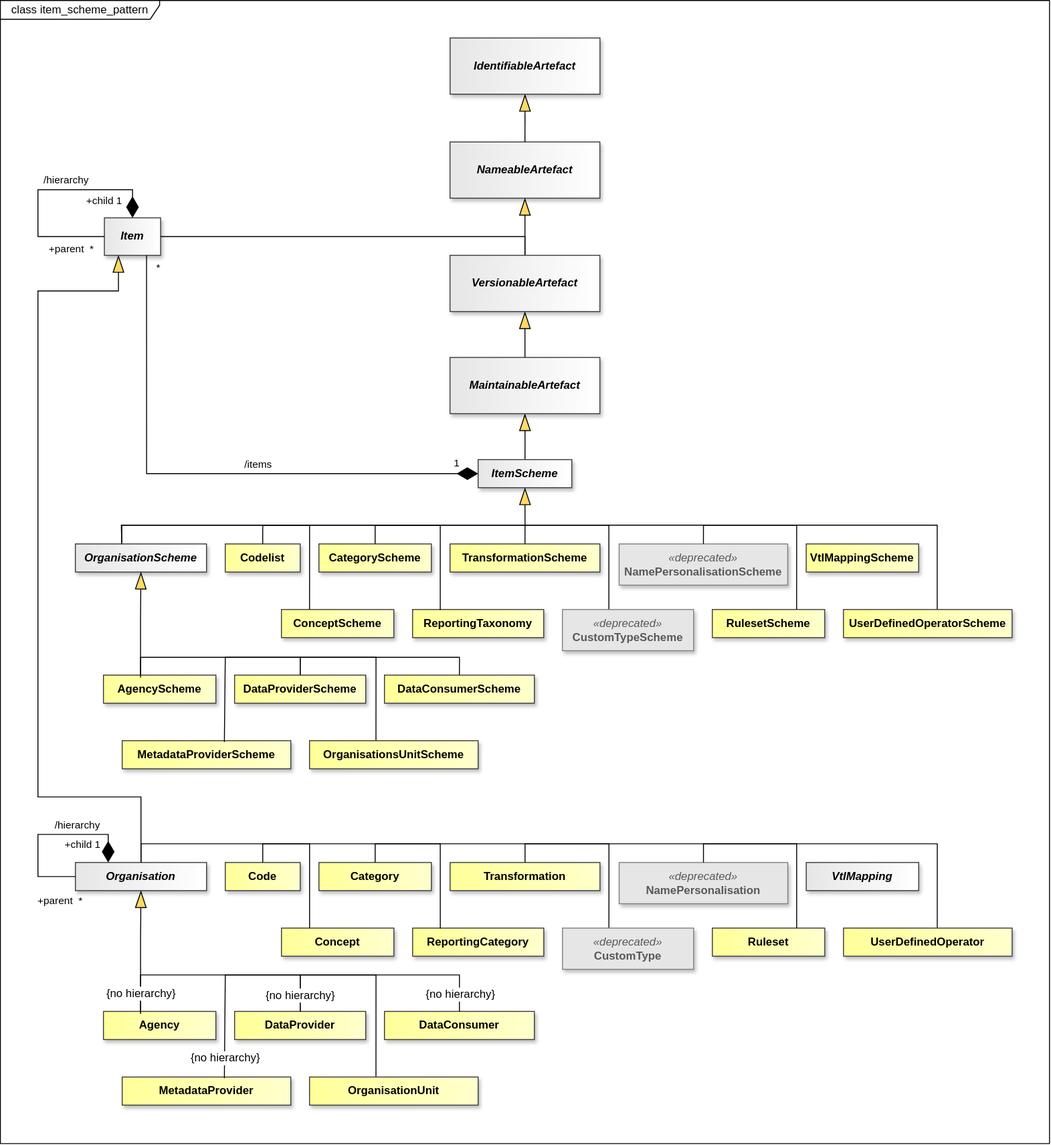
Earlier version of the draw.io export docs/information_model/media/sdmx_base-item_scheme_pattern.svg (sdmx-twg/sdmx-im). Source tidied: cells renumbered, new cells last; positions are measured from the earlier drawing's top-left corner, leaving out a move shared by most shapes.
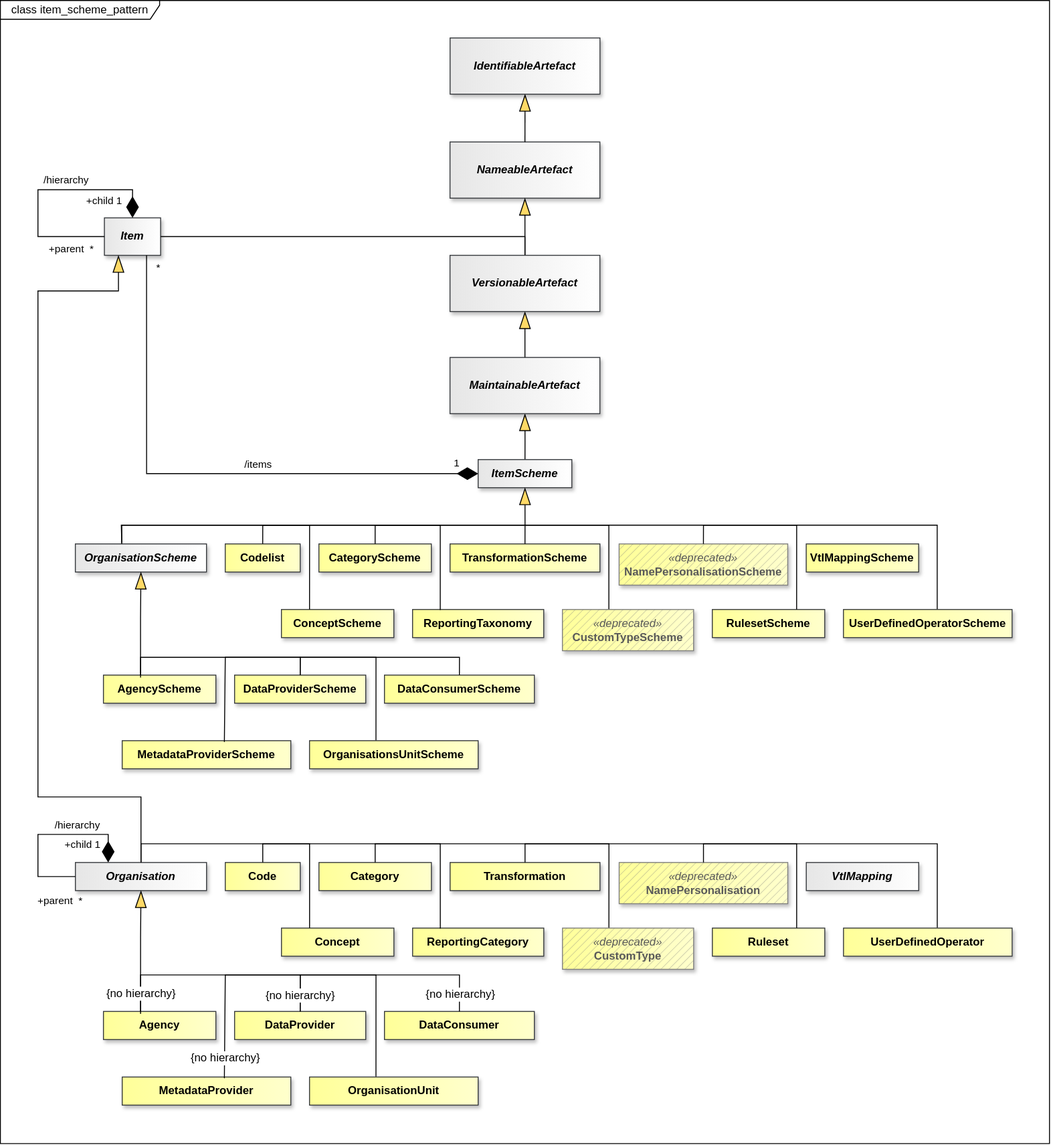
After the change.

Commit message:
docs(information-model): mark the deprecated VTL classes with a hatch

Diff of the diagram source:
```diff
@@ -127,8 +127,17 @@
     <mxCell id="36" value="&lt;span&gt;&lt;span&gt;TransformationScheme&lt;/span&gt;&lt;/span&gt;" style="whiteSpace=wrap;html=1;verticalAlign=middle;gradientDirection=east;imageVerticalAlign=top;fontStyle=1;fillColor=light-dark(#FFFF99,#FFFF99);strokeColor=#36393d;fontColor=light-dark(#000000,#000000);gradientColor=light-dark(#FFFFCC,#FFFFCC);shadow=1;" parent="1" vertex="1">
       <mxGeometry x="479.9" y="580" width="160" height="30" as="geometry" />
     </mxCell>
+    <mxCell id="98" style="group;" parent="1" vertex="1">
+      <mxGeometry x="660.5" y="580" width="180" height="44" as="geometry" />
+    </mxCell>
+    <mxCell id="99" style="rounded=0;whiteSpace=wrap;html=1;fillColor=light-dark(#FFFF99,#FFFF99);gradientColor=light-dark(#FFFFCC,#FFFFCC);gradientDirection=east;strokeColor=none;shadow=1;" parent="98" vertex="1">
+      <mxGeometry width="180" height="44" as="geometry" />
+    </mxCell>
+    <mxCell id="100" style="rounded=0;whiteSpace=wrap;html=1;fillColor=#7F7F7F;fillStyle=hatch;hachureGap=6;fillWeight=1;hachureAngle=-45;fillOpacity=50;strokeColor=none;" parent="98" vertex="1">
+      <mxGeometry width="180" height="44" as="geometry" />
+    </mxCell>
-    <mxCell id="37" value="&lt;span style=&quot;font-weight: normal; font-style: italic;&quot;&gt;«deprecated»&lt;/span&gt;&lt;br&gt;NamePersonalisationScheme" style="whiteSpace=wrap;html=1;verticalAlign=middle;imageVerticalAlign=top;fontStyle=1;fillColor=light-dark(#E6E6E6,#E6E6E6);gradientColor=none;strokeColor=#7F7F7F;fontColor=#595959;shadow=1;" parent="1" vertex="1">
-      <mxGeometry x="660.5" y="580" width="180" height="44" as="geometry" />
+    <mxCell id="37" value="&lt;span style=&quot;font-weight: normal; font-style: italic;&quot;&gt;«deprecated»&lt;/span&gt;&lt;br&gt;NamePersonalisationScheme" style="whiteSpace=wrap;html=1;verticalAlign=middle;imageVerticalAlign=top;fontStyle=1;fillColor=none;gradientColor=none;strokeColor=#7F7F7F;fontColor=#595959;shadow=0;" parent="98" vertex="1">
+      <mxGeometry width="180" height="44" as="geometry" />
     </mxCell>
     <mxCell id="38" value="&lt;span&gt;&lt;span&gt;VtlMappingScheme&lt;/span&gt;&lt;/span&gt;" style="whiteSpace=wrap;html=1;verticalAlign=middle;gradientDirection=east;imageVerticalAlign=top;fontStyle=1;fillColor=light-dark(#FFFF99,#FFFF99);strokeColor=#36393d;fontColor=light-dark(#000000,#000000);gradientColor=light-dark(#FFFFCC,#FFFFCC);shadow=1;" parent="1" vertex="1">
       <mxGeometry x="860.2" y="580" width="120" height="30" as="geometry" />
@@ -147,8 +156,17 @@
     <mxCell id="41" value="&lt;span&gt;&lt;span&gt;ReportingTaxonomy&lt;/span&gt;&lt;/span&gt;" style="whiteSpace=wrap;html=1;verticalAlign=middle;gradientDirection=east;imageVerticalAlign=top;fontStyle=1;fillColor=light-dark(#FFFF99,#FFFF99);strokeColor=#36393d;fontColor=light-dark(#000000,#000000);gradientColor=light-dark(#FFFFCC,#FFFFCC);shadow=1;" parent="1" vertex="1">
       <mxGeometry x="439.9" y="650" width="140" height="30" as="geometry" />
     </mxCell>
+    <mxCell id="101" style="group;" parent="1" vertex="1">
+      <mxGeometry x="600" y="650" width="140" height="44" as="geometry" />
+    </mxCell>
+    <mxCell id="102" style="rounded=0;whiteSpace=wrap;html=1;fillColor=light-dark(#FFFF99,#FFFF99);gradientColor=light-dark(#FFFFCC,#FFFFCC);gradientDirection=east;strokeColor=none;shadow=1;" parent="101" vertex="1">
+      <mxGeometry width="140" height="44" as="geometry" />
+    </mxCell>
+    <mxCell id="103" style="rounded=0;whiteSpace=wrap;html=1;fillColor=#7F7F7F;fillStyle=hatch;hachureGap=6;fillWeight=1;hachureAngle=-45;fillOpacity=50;strokeColor=none;" parent="101" vertex="1">
+      <mxGeometry width="140" height="44" as="geometry" />
+    </mxCell>
-    <mxCell id="42" value="&lt;span style=&quot;font-weight: normal; font-style: italic;&quot;&gt;«deprecated»&lt;/span&gt;&lt;br&gt;CustomTypeScheme" style="whiteSpace=wrap;html=1;verticalAlign=middle;imageVerticalAlign=top;fontStyle=1;fillColor=light-dark(#E6E6E6,#E6E6E6);gradientColor=none;strokeColor=#7F7F7F;fontColor=#595959;shadow=1;" parent="1" vertex="1">
-      <mxGeometry x="600" y="650" width="140" height="44" as="geometry" />
+    <mxCell id="42" value="&lt;span style=&quot;font-weight: normal; font-style: italic;&quot;&gt;«deprecated»&lt;/span&gt;&lt;br&gt;CustomTypeScheme" style="whiteSpace=wrap;html=1;verticalAlign=middle;imageVerticalAlign=top;fontStyle=1;fillColor=none;gradientColor=none;strokeColor=#7F7F7F;fontColor=#595959;shadow=0;" parent="101" vertex="1">
+      <mxGeometry width="140" height="44" as="geometry" />
     </mxCell>
     <mxCell id="43" value="&lt;span&gt;&lt;span&gt;RulesetScheme&lt;/span&gt;&lt;/span&gt;" style="whiteSpace=wrap;html=1;verticalAlign=middle;gradientDirection=east;imageVerticalAlign=top;fontStyle=1;fillColor=light-dark(#FFFF99,#FFFF99);strokeColor=#36393d;fontColor=light-dark(#000000,#000000);gradientColor=light-dark(#FFFFCC,#FFFFCC);shadow=1;" parent="1" vertex="1">
       <mxGeometry x="760" y="650" width="120" height="30" as="geometry" />
@@ -257,8 +275,17 @@
     <mxCell id="62" value="&lt;span&gt;&lt;span&gt;Transformation&lt;/span&gt;&lt;/span&gt;" style="whiteSpace=wrap;html=1;verticalAlign=middle;gradientDirection=east;imageVerticalAlign=top;fontStyle=1;fillColor=light-dark(#FFFF99,#FFFF99);strokeColor=#36393d;fontColor=light-dark(#000000,#000000);gradientColor=light-dark(#FFFFCC,#FFFFCC);shadow=1;" parent="1" vertex="1">
       <mxGeometry x="480" y="920" width="160" height="30" as="geometry" />
     </mxCell>
+    <mxCell id="104" style="group;" parent="1" vertex="1">
+      <mxGeometry x="660.5" y="920" width="180" height="44" as="geometry" />
+    </mxCell>
+    <mxCell id="105" style="rounded=0;whiteSpace=wrap;html=1;fillColor=light-dark(#FFFF99,#FFFF99);gradientColor=light-dark(#FFFFCC,#FFFFCC);gradientDirection=east;strokeColor=none;shadow=1;" parent="104" vertex="1">
+      <mxGeometry width="180" height="44" as="geometry" />
+    </mxCell>
+    <mxCell id="106" style="rounded=0;whiteSpace=wrap;html=1;fillColor=#7F7F7F;fillStyle=hatch;hachureGap=6;fillWeight=1;hachureAngle=-45;fillOpacity=50;strokeColor=none;" parent="104" vertex="1">
+      <mxGeometry width="180" height="44" as="geometry" />
+    </mxCell>
-    <mxCell id="63" value="&lt;span style=&quot;font-weight: normal; font-style: italic;&quot;&gt;«deprecated»&lt;/span&gt;&lt;br&gt;NamePersonalisation" style="whiteSpace=wrap;html=1;verticalAlign=middle;imageVerticalAlign=top;fontStyle=1;fillColor=light-dark(#E6E6E6,#E6E6E6);gradientColor=none;strokeColor=#7F7F7F;fontColor=#595959;shadow=1;" parent="1" vertex="1">
-      <mxGeometry x="660.5" y="920" width="180" height="44" as="geometry" />
+    <mxCell id="63" value="&lt;span style=&quot;font-weight: normal; font-style: italic;&quot;&gt;«deprecated»&lt;/span&gt;&lt;br&gt;NamePersonalisation" style="whiteSpace=wrap;html=1;verticalAlign=middle;imageVerticalAlign=top;fontStyle=1;fillColor=none;gradientColor=none;strokeColor=#7F7F7F;fontColor=#595959;shadow=0;" parent="104" vertex="1">
+      <mxGeometry width="180" height="44" as="geometry" />
     </mxCell>
     <mxCell id="64" value="VtlMapping" style="whiteSpace=wrap;html=1;verticalAlign=middle;gradientDirection=east;imageVerticalAlign=top;fontStyle=3;fillColor=light-dark(#E6E6E6,#E6E6E6);strokeColor=#36393d;fontColor=light-dark(#000000,#000000);gradientColor=light-dark(#FFFFFF,#FFFFFF);shadow=1;" parent="1" vertex="1">
       <mxGeometry x="860.2" y="920" width="120" height="30" as="geometry" />
@@ -279,8 +306,17 @@
     <mxCell id="67" value="&lt;span&gt;&lt;span&gt;ReportingCategory&lt;/span&gt;&lt;/span&gt;" style="whiteSpace=wrap;html=1;verticalAlign=middle;gradientDirection=east;imageVerticalAlign=top;fontStyle=1;fillColor=light-dark(#FFFF99,#FFFF99);strokeColor=#36393d;fontColor=light-dark(#000000,#000000);gradientColor=light-dark(#FFFFCC,#FFFFCC);shadow=1;" parent="1" vertex="1">
       <mxGeometry x="440" y="990" width="140" height="30" as="geometry" />
     </mxCell>
+    <mxCell id="107" style="group;" parent="1" vertex="1">
+      <mxGeometry x="600" y="990" width="140" height="44" as="geometry" />
+    </mxCell>
+    <mxCell id="108" style="rounded=0;whiteSpace=wrap;html=1;fillColor=light-dark(#FFFF99,#FFFF99);gradientColor=light-dark(#FFFFCC,#FFFFCC);gradientDirection=east;strokeColor=none;shadow=1;" parent="107" vertex="1">
+      <mxGeometry width="140" height="44" as="geometry" />
+    </mxCell>
+    <mxCell id="109" style="rounded=0;whiteSpace=wrap;html=1;fillColor=#7F7F7F;fillStyle=hatch;hachureGap=6;fillWeight=1;hachureAngle=-45;fillOpacity=50;strokeColor=none;" parent="107" vertex="1">
+      <mxGeometry width="140" height="44" as="geometry" />
+    </mxCell>
-    <mxCell id="68" value="&lt;span style=&quot;font-weight: normal; font-style: italic;&quot;&gt;«deprecated»&lt;/span&gt;&lt;br&gt;CustomType" style="whiteSpace=wrap;html=1;verticalAlign=middle;imageVerticalAlign=top;fontStyle=1;fillColor=light-dark(#E6E6E6,#E6E6E6);gradientColor=none;strokeColor=#7F7F7F;fontColor=#595959;shadow=1;" parent="1" vertex="1">
-      <mxGeometry x="600" y="990" width="140" height="44" as="geometry" />
+    <mxCell id="68" value="&lt;span style=&quot;font-weight: normal; font-style: italic;&quot;&gt;«deprecated»&lt;/span&gt;&lt;br&gt;CustomType" style="whiteSpace=wrap;html=1;verticalAlign=middle;imageVerticalAlign=top;fontStyle=1;fillColor=none;gradientColor=none;strokeColor=#7F7F7F;fontColor=#595959;shadow=0;" parent="107" vertex="1">
+      <mxGeometry width="140" height="44" as="geometry" />
     </mxCell>
     <mxCell id="69" value="&lt;span&gt;&lt;span&gt;Ruleset&lt;/span&gt;&lt;/span&gt;" style="whiteSpace=wrap;html=1;verticalAlign=middle;gradientDirection=east;imageVerticalAlign=top;fontStyle=1;fillColor=light-dark(#FFFF99,#FFFF99);strokeColor=#36393d;fontColor=light-dark(#000000,#000000);gradientColor=light-dark(#FFFFCC,#FFFFCC);shadow=1;" parent="1" vertex="1">
       <mxGeometry x="760" y="990" width="120" height="30" as="geometry" />
```
